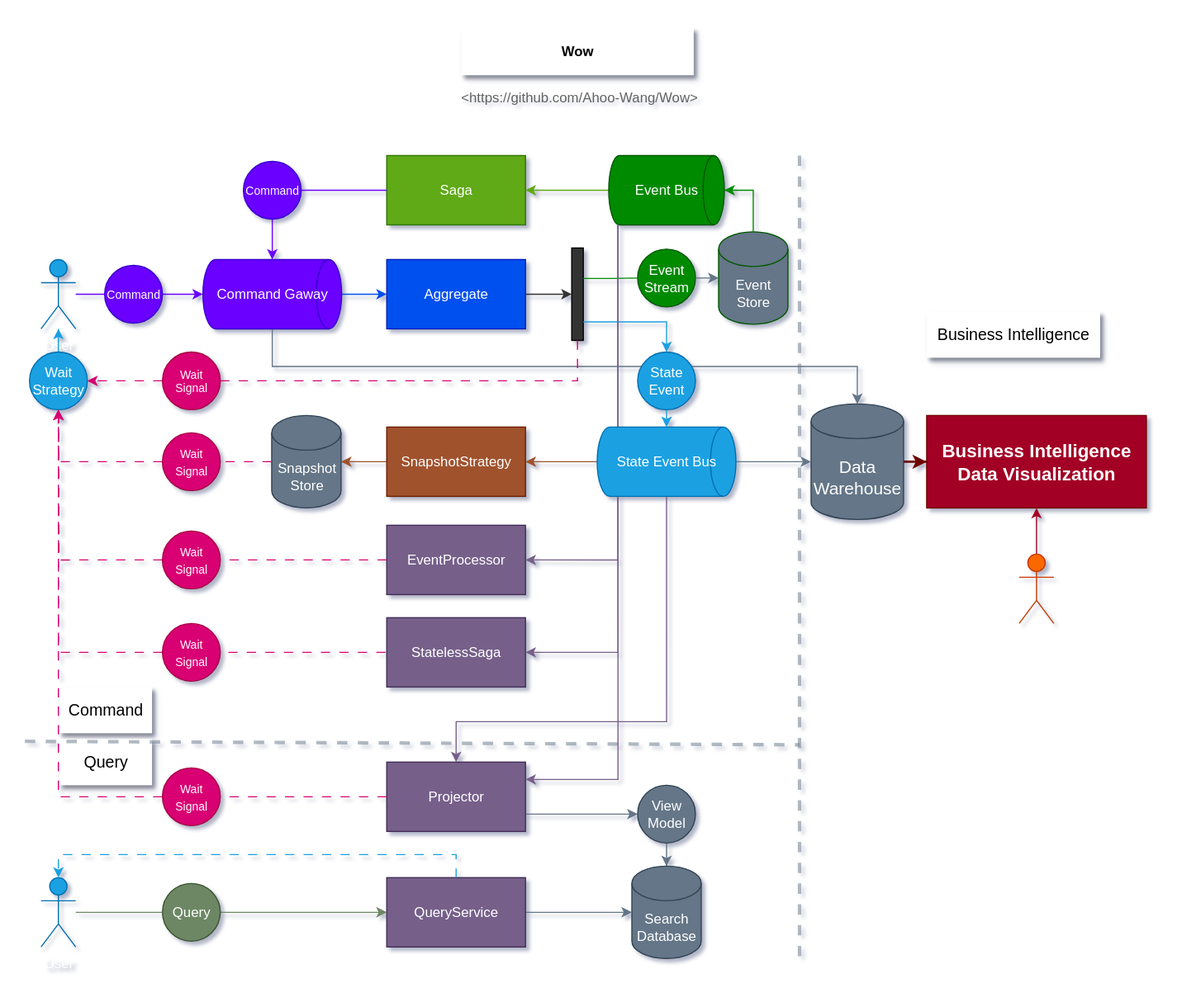
Ahoo-Wang/Wow keeps this draw.io diagram as documentation/docs/public/images/Architecture.svg. Above is the earlier version. Source tidied: cells renumbered, new cells last; positions are measured from the earlier drawing's top-left corner, leaving out a move shared by most shapes.
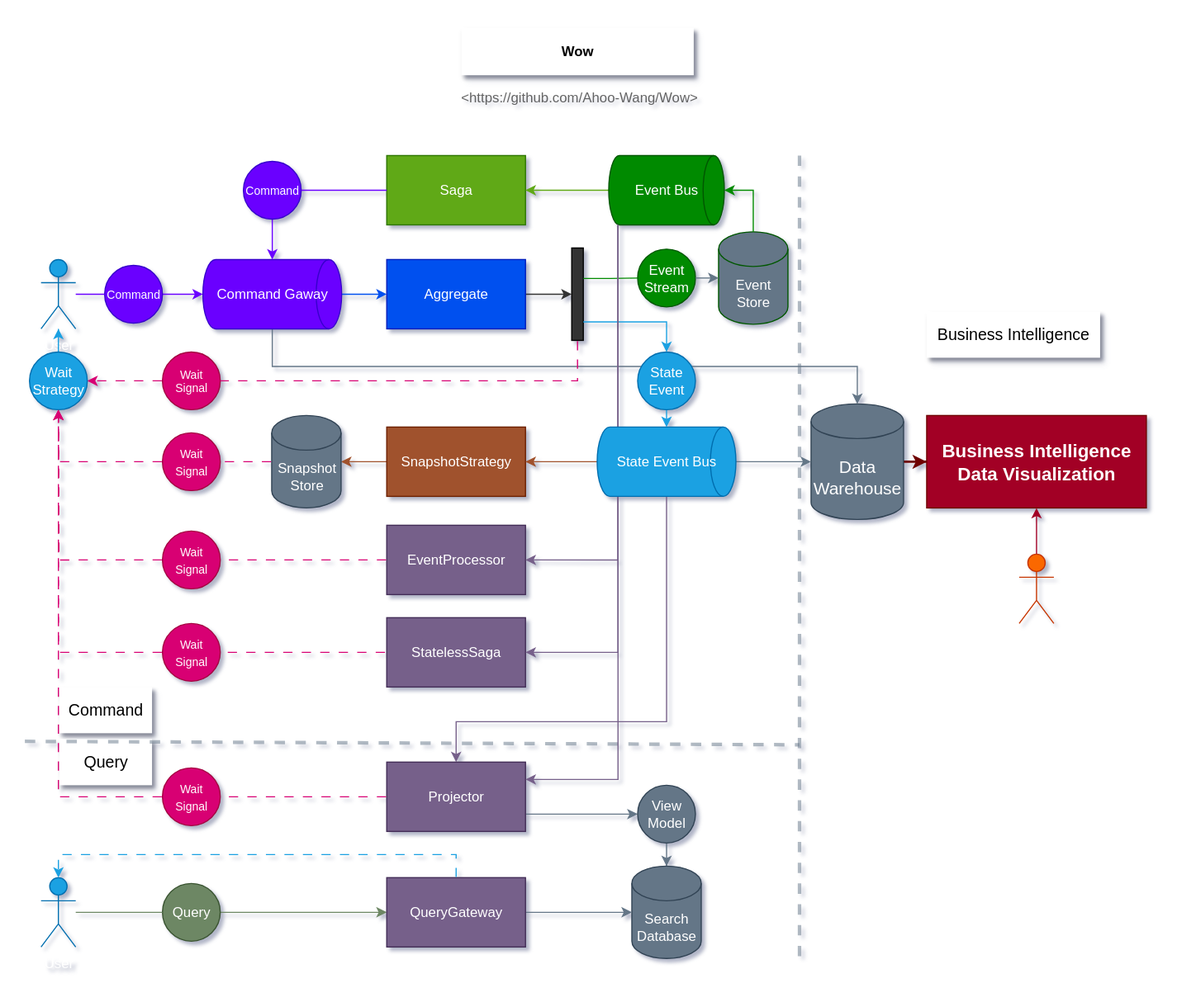
The same diagram one commit later.

What changed in the source:
```diff
@@ -121,7 +121,7 @@
     <mxCell id="39" style="edgeStyle=orthogonalEdgeStyle;rounded=0;jettySize=auto;html=1;entryX=0;entryY=0.5;entryDx=0;entryDy=0;entryPerimeter=0;fontSize=20;strokeWidth=1;strokeColor=#647687;exitX=1;exitY=0.5;exitDx=0;exitDy=0;" parent="1" edge="1" source="40" target="19">
       <mxGeometry relative="1" as="geometry" />
     </mxCell>
-    <mxCell id="40" value="QueryService" style="whiteSpace=wrap;html=1;fillColor=#76608a;strokeColor=#432D57;fontColor=#ffffff;strokeWidth=1;" parent="1" vertex="1">
+    <mxCell id="40" value="QueryGateway" style="whiteSpace=wrap;html=1;fillColor=#76608a;strokeColor=#432D57;fontColor=#ffffff;strokeWidth=1;" parent="1" vertex="1">
       <mxGeometry x="313" y="735" width="120" height="60" as="geometry" />
     </mxCell>
     <mxCell id="41" style="edgeStyle=orthogonalEdgeStyle;rounded=0;jettySize=auto;html=1;fontSize=11;strokeColor=#1BA1E2;entryX=0.5;entryY=0;entryDx=0;entryDy=0;entryPerimeter=0;exitX=0.5;exitY=0;exitDx=0;exitDy=0;flowAnimation=1;" parent="1" edge="1" source="40" target="36">
```
